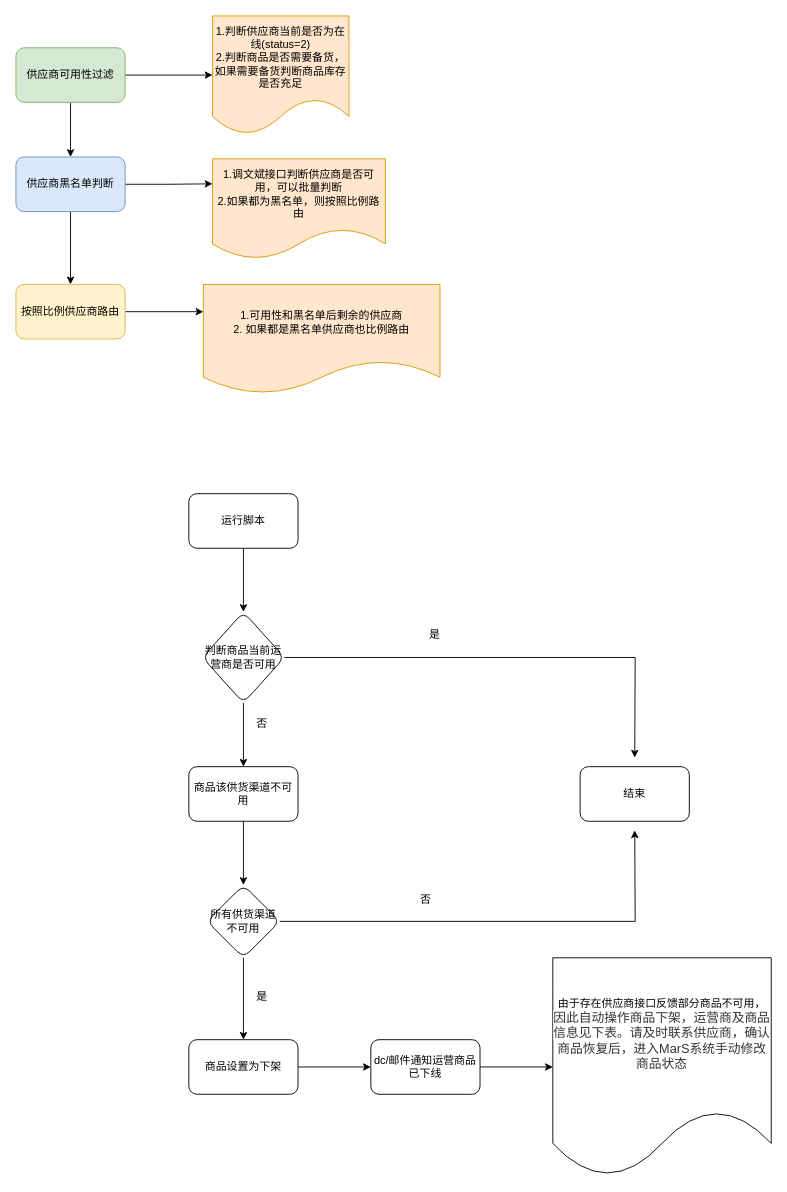
This is 供应商路由.drawio from jichuanwang/learning, a draw.io file, before an edit. Source tidied: cells renumbered, new cells numbered last; positions are measured from the earlier drawing's top-left corner, leaving out a move shared by most shapes. Both pictures are drawn from the tidied source at 91%, with x=0, y=0 at pixel (15, 15).
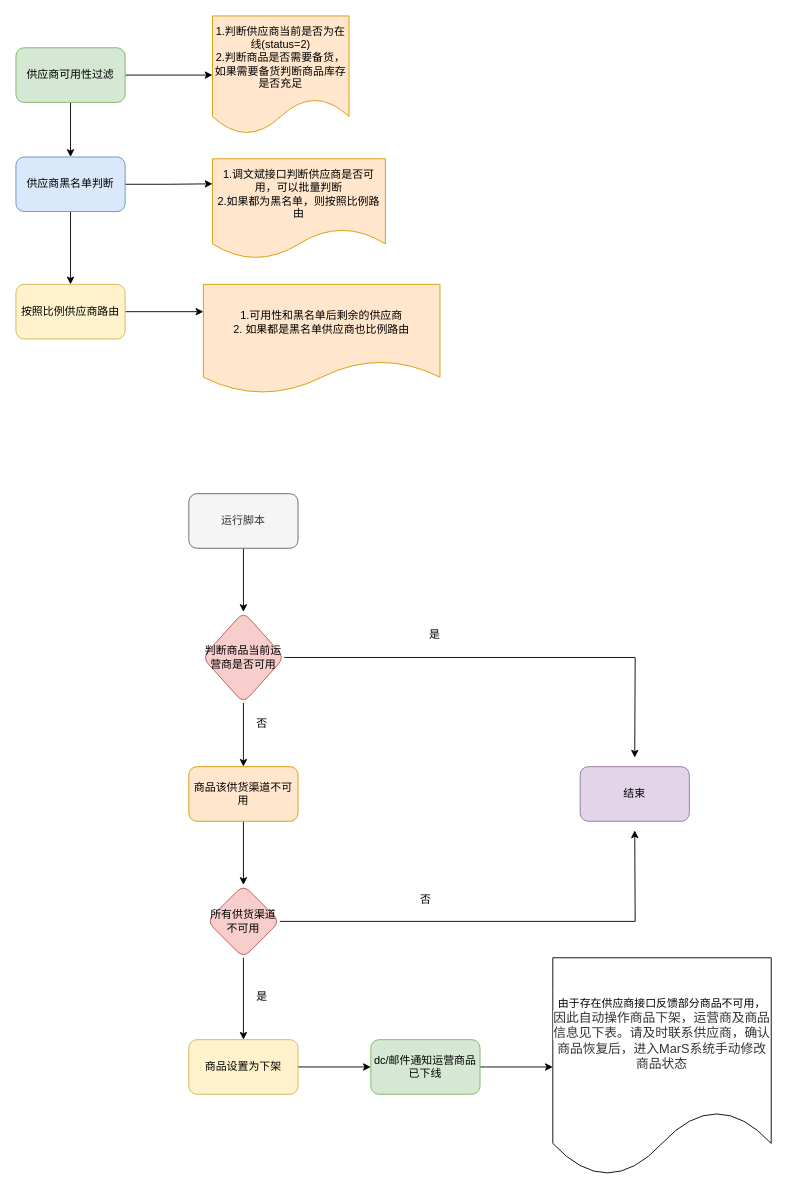
The same diagram, later.

Commit message:
更新供应商路由.drawio

Change to the diagram source:
```diff
@@
-    <mxCell id="14" value="运行脚本" style="rounded=1;whiteSpace=wrap;html=1;" parent="1" vertex="1">
+    <mxCell id="14" value="运行脚本" style="rounded=1;whiteSpace=wrap;html=1;fillColor=#f5f5f5;fontColor=#333333;strokeColor=#666666;" parent="1" vertex="1">
       <mxGeometry x="190" y="525" width="120" height="60" as="geometry" />
     </mxCell>
@@
-    <mxCell id="17" value="判断商品当前运营商是否可用" style="rhombus;whiteSpace=wrap;html=1;rounded=1;" parent="1" vertex="1">
+    <mxCell id="17" value="判断商品当前运营商是否可用" style="rhombus;whiteSpace=wrap;html=1;rounded=1;fillColor=#f8cecc;strokeColor=#b85450;" parent="1" vertex="1">
       <mxGeometry x="205" y="655" width="90" height="100" as="geometry" />
     </mxCell>
@@
-    <mxCell id="19" value="商品该供货渠道不可用" style="whiteSpace=wrap;html=1;rounded=1;" parent="1" vertex="1">
+    <mxCell id="19" value="商品该供货渠道不可用" style="whiteSpace=wrap;html=1;rounded=1;fillColor=#ffe6cc;strokeColor=#d79b00;" parent="1" vertex="1">
       <mxGeometry x="190" y="825" width="120" height="60" as="geometry" />
     </mxCell>
@@
-    <mxCell id="23" value="所有供货渠道不可用" style="rhombus;whiteSpace=wrap;html=1;rounded=1;" parent="1" vertex="1">
+    <mxCell id="23" value="所有供货渠道不可用" style="rhombus;whiteSpace=wrap;html=1;rounded=1;fillColor=#f8cecc;strokeColor=#b85450;" parent="1" vertex="1">
       <mxGeometry x="210" y="955" width="80" height="80" as="geometry" />
     </mxCell>
@@
-    <mxCell id="25" value="商品设置为下架" style="whiteSpace=wrap;html=1;rounded=1;" parent="1" vertex="1">
+    <mxCell id="25" value="商品设置为下架" style="whiteSpace=wrap;html=1;rounded=1;fillColor=#fff2cc;strokeColor=#d6b656;" parent="1" vertex="1">
       <mxGeometry x="190" y="1125" width="120" height="60" as="geometry" />
     </mxCell>
@@
-    <mxCell id="27" value="dc/邮件通知运营商品已下线" style="whiteSpace=wrap;html=1;rounded=1;" parent="1" vertex="1">
+    <mxCell id="27" value="dc/邮件通知运营商品已下线" style="whiteSpace=wrap;html=1;rounded=1;fillColor=#d5e8d4;strokeColor=#82b366;" parent="1" vertex="1">
       <mxGeometry x="390" y="1125" width="120" height="60" as="geometry" />
     </mxCell>
@@
-    <mxCell id="30" value="结束" style="rounded=1;whiteSpace=wrap;html=1;" parent="1" vertex="1">
+    <mxCell id="30" value="结束" style="rounded=1;whiteSpace=wrap;html=1;fillColor=#e1d5e7;strokeColor=#9673a6;" parent="1" vertex="1">
       <mxGeometry x="620" y="825" width="120" height="60" as="geometry" />
     </mxCell>
```
